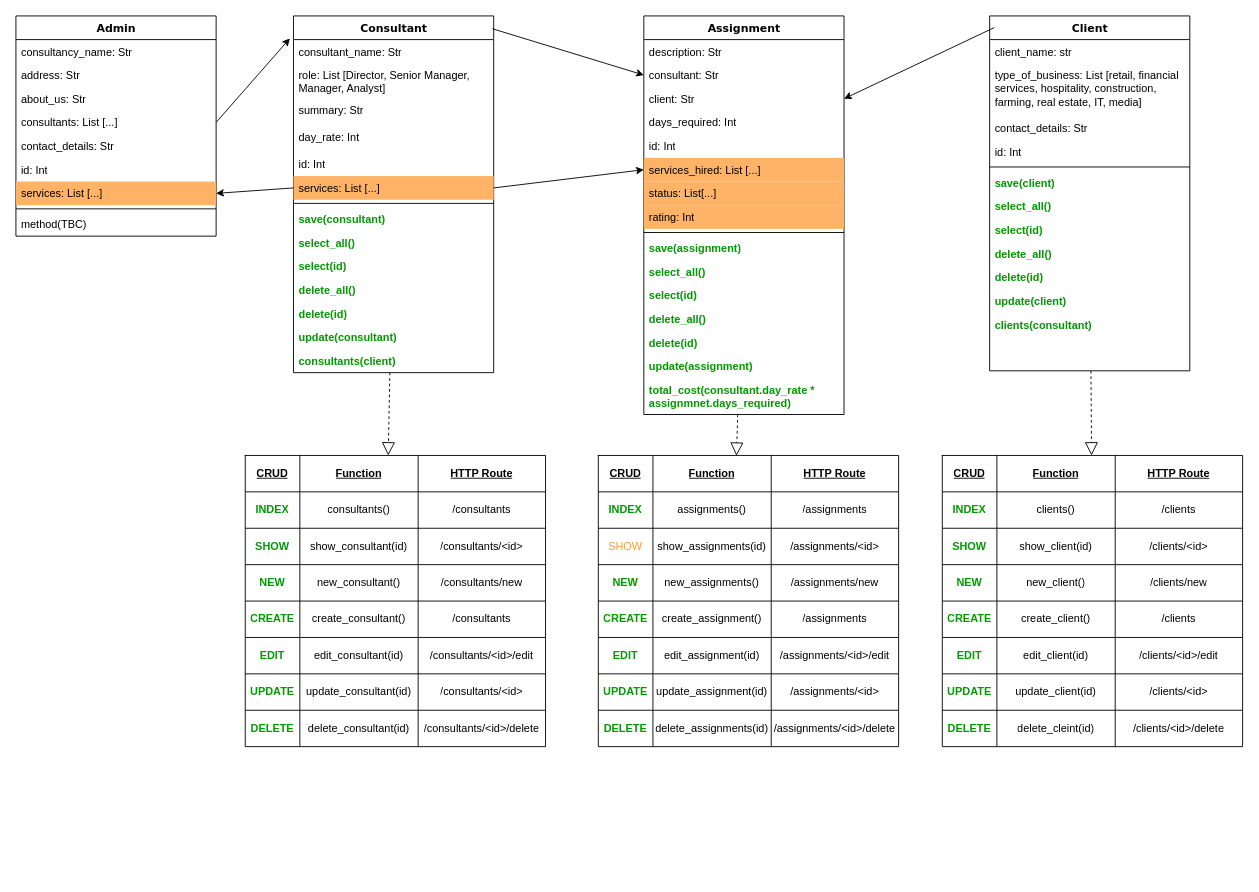
Earlier version of the draw.io diagram planning/Class Diagrams.drawio (michaelmccoll/Project_Secure_Design). Source tidied: cells renumbered, new cells numbered last; positions are measured from the earlier drawing's top-left corner, leaving out a move shared by most shapes. Both pictures are drawn from the tidied source at 91%, with x=0, y=0 at pixel (15, 15).
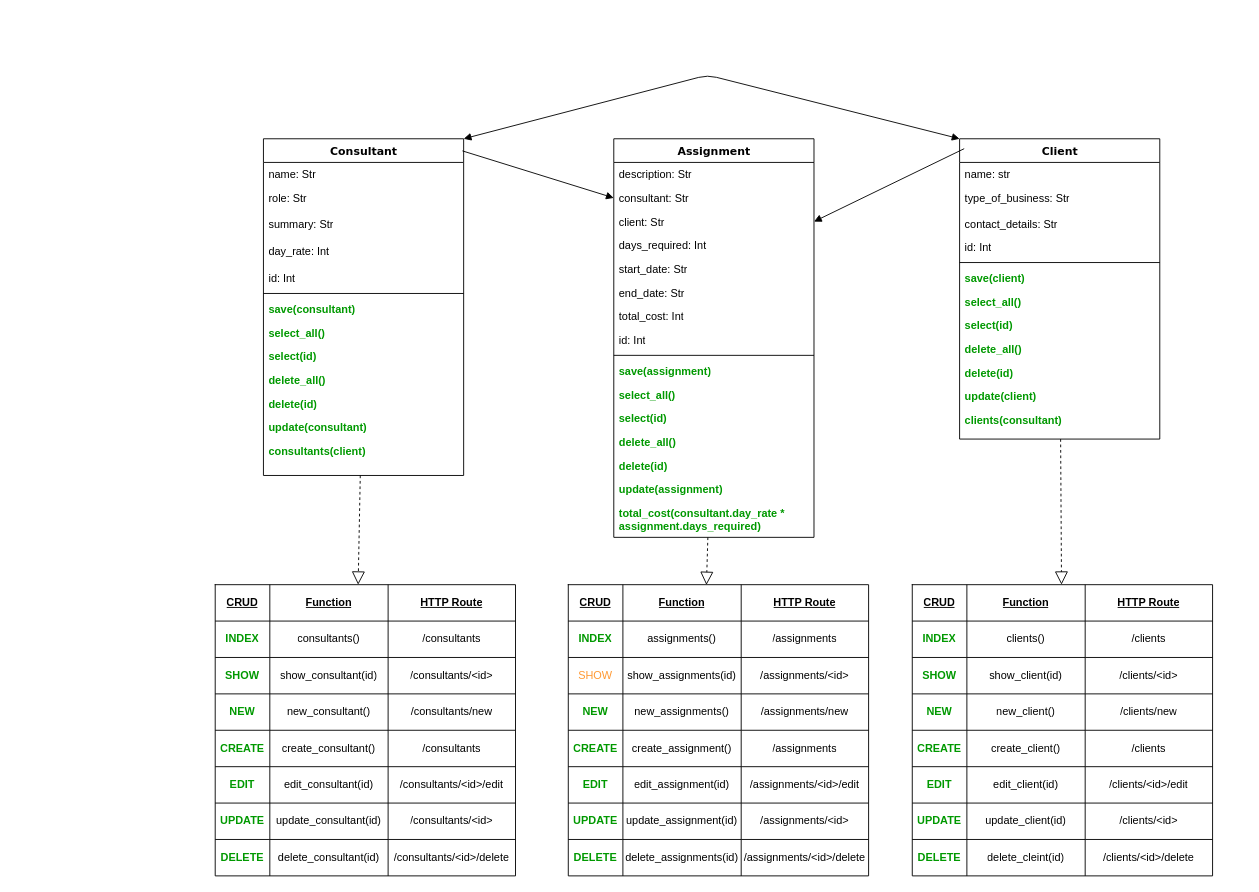
The same diagram, later.

Unchanged cells that the change refers to:
```xml
<mxCell id="113" value="consultant: Str" style="text;html=1;strokeColor=none;fillColor=none;align=left;verticalAlign=top;spacingLeft=4;spacingRight=4;whiteSpace=wrap;overflow=hidden;points=[[0,0.5],[1,0.5]];portConstraint=eastwest;" parent="111" vertex="1">
  <mxGeometry y="52" width="220" height="26" as="geometry" />
</mxCell>
<mxCell id="114" value="client: Str" style="text;html=1;strokeColor=none;fillColor=none;align=left;verticalAlign=top;spacingLeft=4;spacingRight=4;whiteSpace=wrap;overflow=hidden;points=[[0,0.5],[1,0.5]];portConstraint=eastwest;" parent="111" vertex="1">
  <mxGeometry y="78" width="220" height="26" as="geometry" />
</mxCell>
```

Change to the diagram source:
```diff
@@
     <mxCell id="2" value="Client" style="swimlane;html=1;fontStyle=1;align=center;verticalAlign=top;horizontal=1;startSize=26;swimlaneFillColor=#ffffff;rounded=0;shadow=0;comic=0;labelBackgroundColor=none;strokeWidth=1;fillColor=none;fontFamily=Verdana;fontSize=12;" parent="1" vertex="1">
-      <mxGeometry x="1070" width="220" height="390" as="geometry" />
+      <mxGeometry x="1037" y="135" width="220" height="330" as="geometry" />
     </mxCell>
-    <mxCell id="3" value="client_name: str" style="text;html=1;strokeColor=none;fillColor=none;align=left;verticalAlign=top;spacingLeft=4;spacingRight=4;whiteSpace=wrap;overflow=hidden;" parent="2" vertex="1">
+    <mxCell id="3" value="name: str" style="text;html=1;strokeColor=none;fillColor=none;align=left;verticalAlign=top;spacingLeft=4;spacingRight=4;whiteSpace=wrap;overflow=hidden;" parent="2" vertex="1">
       <mxGeometry y="26" width="220" height="26" as="geometry" />
     </mxCell>
-    <mxCell id="4" value="type_of_business: List [retail, financial services, hospitality, construction, farming, real estate, IT, media]" style="text;html=1;strokeColor=none;fillColor=none;align=left;verticalAlign=top;spacingLeft=4;spacingRight=4;whiteSpace=wrap;overflow=hidden;" parent="2" vertex="1">
-      <mxGeometry y="52" width="220" height="58" as="geometry" />
+    <mxCell id="4" value="type_of_business: Str" style="text;html=1;strokeColor=none;fillColor=none;align=left;verticalAlign=top;spacingLeft=4;spacingRight=4;whiteSpace=wrap;overflow=hidden;" parent="2" vertex="1">
+      <mxGeometry y="52" width="220" height="28" as="geometry" />
     </mxCell>
     <mxCell id="5" value="contact_details: Str" style="text;html=1;strokeColor=none;fillColor=none;align=left;verticalAlign=top;spacingLeft=4;spacingRight=4;whiteSpace=wrap;overflow=hidden;" parent="2" vertex="1">
-      <mxGeometry y="110" width="220" height="26" as="geometry" />
+      <mxGeometry y="80" width="220" height="26" as="geometry" />
     </mxCell>
     <mxCell id="6" value="id: Int" style="text;html=1;strokeColor=none;fillColor=none;align=left;verticalAlign=top;spacingLeft=4;spacingRight=4;whiteSpace=wrap;overflow=hidden;" parent="2" vertex="1">
-      <mxGeometry y="136" width="220" height="26" as="geometry" />
+      <mxGeometry y="106" width="220" height="26" as="geometry" />
     </mxCell>
     <mxCell id="7" style="line;html=1;strokeWidth=1;fillColor=none;align=left;verticalAlign=middle;spacingTop=-1;spacingLeft=3;spacingRight=3;labelPosition=right;" parent="2" vertex="1">
-      <mxGeometry y="162" width="220" height="8" as="geometry" />
+      <mxGeometry y="132" width="220" height="8" as="geometry" />
     </mxCell>
     <mxCell id="8" value="save(client)" style="text;html=1;strokeColor=none;fillColor=none;align=left;verticalAlign=top;spacingLeft=4;spacingRight=4;whiteSpace=wrap;overflow=hidden;fontColor=#009900;fontStyle=1;" parent="2" vertex="1">
-      <mxGeometry y="170" width="220" height="26" as="geometry" />
+      <mxGeometry y="140" width="220" height="26" as="geometry" />
     </mxCell>
     <mxCell id="9" value="select_all()" style="text;html=1;strokeColor=none;fillColor=none;align=left;verticalAlign=top;spacingLeft=4;spacingRight=4;whiteSpace=wrap;overflow=hidden;fontColor=#009900;fontStyle=1;" parent="2" vertex="1">
-      <mxGeometry y="196" width="220" height="26" as="geometry" />
+      <mxGeometry y="166" width="220" height="26" as="geometry" />
     </mxCell>
     <mxCell id="10" value="select(id)" style="text;html=1;strokeColor=none;fillColor=none;align=left;verticalAlign=top;spacingLeft=4;spacingRight=4;whiteSpace=wrap;overflow=hidden;fontStyle=1;fontColor=#009900;" parent="2" vertex="1">
-      <mxGeometry y="222" width="220" height="26" as="geometry" />
+      <mxGeometry y="192" width="220" height="26" as="geometry" />
     </mxCell>
     <mxCell id="11" value="delete_all()" style="text;html=1;strokeColor=none;fillColor=none;align=left;verticalAlign=top;spacingLeft=4;spacingRight=4;whiteSpace=wrap;overflow=hidden;fontStyle=1;fontColor=#009900;" parent="2" vertex="1">
-      <mxGeometry y="248" width="220" height="26" as="geometry" />
+      <mxGeometry y="218" width="220" height="26" as="geometry" />
     </mxCell>
     <mxCell id="12" value="delete(id)" style="text;html=1;strokeColor=none;fillColor=none;align=left;verticalAlign=top;spacingLeft=4;spacingRight=4;whiteSpace=wrap;overflow=hidden;fontStyle=1;fontColor=#009900;" parent="2" vertex="1">
-      <mxGeometry y="274" width="220" height="26" as="geometry" />
+      <mxGeometry y="244" width="220" height="26" as="geometry" />
     </mxCell>
     <mxCell id="13" value="update(client)" style="text;html=1;strokeColor=none;fillColor=none;align=left;verticalAlign=top;spacingLeft=4;spacingRight=4;whiteSpace=wrap;overflow=hidden;fontStyle=1;fontColor=#009900;" parent="2" vertex="1">
-      <mxGeometry y="300" width="220" height="26" as="geometry" />
+      <mxGeometry y="270" width="220" height="26" as="geometry" />
     </mxCell>
     <mxCell id="14" value="clients(consultant)" style="text;html=1;strokeColor=none;fillColor=none;align=left;verticalAlign=top;spacingLeft=4;spacingRight=4;whiteSpace=wrap;overflow=hidden;fontStyle=1;fontColor=#009900;" parent="2" vertex="1">
-      <mxGeometry y="326" width="220" height="26" as="geometry" />
+      <mxGeometry y="296" width="220" height="26" as="geometry" />
     </mxCell>
-    <mxCell id="15" value="Admin" style="swimlane;html=1;fontStyle=1;align=center;verticalAlign=top;horizontal=1;startSize=26;swimlaneFillColor=#ffffff;rounded=0;shadow=0;comic=0;labelBackgroundColor=none;strokeWidth=1;fillColor=none;fontFamily=Verdana;fontSize=12;" parent="1" vertex="1">
-      <mxGeometry width="220" height="242" as="geometry" />
-    </mxCell>
-    <mxCell id="16" value="consultancy_name: Str" style="text;html=1;strokeColor=none;fillColor=none;align=left;verticalAlign=top;spacingLeft=4;spacingRight=4;whiteSpace=wrap;overflow=hidden;" parent="15" vertex="1">
-      <mxGeometry y="26" width="220" height="26" as="geometry" />
-    </mxCell>
-    <mxCell id="17" value="address: Str" style="text;html=1;strokeColor=none;fillColor=none;align=left;verticalAlign=top;spacingLeft=4;spacingRight=4;whiteSpace=wrap;overflow=hidden;" parent="15" vertex="1">
-      <mxGeometry y="52" width="220" height="26" as="geometry" />
-    </mxCell>
-    <mxCell id="18" value="about_us: Str" style="text;html=1;strokeColor=none;fillColor=none;align=left;verticalAlign=top;spacingLeft=4;spacingRight=4;whiteSpace=wrap;overflow=hidden;" parent="15" vertex="1">
-      <mxGeometry y="78" width="220" height="26" as="geometry" />
-    </mxCell>
-    <mxCell id="19" value="consultants: List [...]" style="text;html=1;strokeColor=none;fillColor=none;align=left;verticalAlign=top;spacingLeft=4;spacingRight=4;whiteSpace=wrap;overflow=hidden;points=[[0,0.5],[1,0.5]];portConstraint=eastwest;" parent="15" vertex="1">
-      <mxGeometry y="104" width="220" height="26" as="geometry" />
-    </mxCell>
-    <mxCell id="20" value="contact_details: Str" style="text;html=1;strokeColor=none;fillColor=none;align=left;verticalAlign=top;spacingLeft=4;spacingRight=4;whiteSpace=wrap;overflow=hidden;" parent="15" vertex="1">
-      <mxGeometry y="130" width="220" height="26" as="geometry" />
-    </mxCell>
-    <mxCell id="21" value="id: Int" style="text;html=1;strokeColor=none;fillColor=none;align=left;verticalAlign=top;spacingLeft=4;spacingRight=4;whiteSpace=wrap;overflow=hidden;" parent="15" vertex="1">
-      <mxGeometry y="156" width="220" height="26" as="geometry" />
-    </mxCell>
-    <mxCell id="22" value="services: List [...]" style="text;html=1;strokeColor=none;fillColor=#FFB366;align=left;verticalAlign=top;spacingLeft=4;spacingRight=4;whiteSpace=wrap;overflow=hidden;points=[[0,0.5],[1,0.5]];portConstraint=eastwest;" parent="15" vertex="1">
-      <mxGeometry y="182" width="220" height="26" as="geometry" />
-    </mxCell>
-    <mxCell id="23" style="line;html=1;strokeWidth=1;fillColor=none;align=left;verticalAlign=middle;spacingTop=-1;spacingLeft=3;spacingRight=3;labelPosition=right;" parent="15" vertex="1">
-      <mxGeometry y="208" width="220" height="8" as="geometry" />
-    </mxCell>
-    <mxCell id="24" value="method(TBC)" style="text;html=1;strokeColor=none;fillColor=none;align=left;verticalAlign=top;spacingLeft=4;spacingRight=4;whiteSpace=wrap;overflow=hidden;" parent="15" vertex="1">
-      <mxGeometry y="216" width="220" height="26" as="geometry" />
-    </mxCell>
     <mxCell id="25" value="Consultant" style="swimlane;html=1;fontStyle=1;align=center;verticalAlign=top;horizontal=1;startSize=26;swimlaneFillColor=#ffffff;rounded=0;shadow=0;comic=0;labelBackgroundColor=none;strokeWidth=1;fillColor=none;fontFamily=Verdana;fontSize=12;" parent="1" vertex="1">
-      <mxGeometry x="305" width="220" height="392" as="geometry" />
+      <mxGeometry x="272" y="135" width="220" height="370" as="geometry" />
     </mxCell>
-    <mxCell id="26" value="consultant_name: Str" style="text;html=1;strokeColor=none;fillColor=none;align=left;verticalAlign=top;spacingLeft=4;spacingRight=4;whiteSpace=wrap;overflow=hidden;" parent="25" vertex="1">
+    <mxCell id="26" value="name: Str" style="text;html=1;strokeColor=none;fillColor=none;align=left;verticalAlign=top;spacingLeft=4;spacingRight=4;whiteSpace=wrap;overflow=hidden;" parent="25" vertex="1">
       <mxGeometry y="26" width="220" height="26" as="geometry" />
     </mxCell>
-    <mxCell id="27" value="role: List [Director, Senior Manager, Manager, Analyst]" style="text;html=1;strokeColor=none;fillColor=none;align=left;verticalAlign=top;spacingLeft=4;spacingRight=4;whiteSpace=wrap;overflow=hidden;" parent="25" vertex="1">
-      <mxGeometry y="52" width="220" height="38" as="geometry" />
+    <mxCell id="27" value="role: Str" style="text;html=1;strokeColor=none;fillColor=none;align=left;verticalAlign=top;spacingLeft=4;spacingRight=4;whiteSpace=wrap;overflow=hidden;" parent="25" vertex="1">
+      <mxGeometry y="52" width="220" height="28" as="geometry" />
     </mxCell>
     <mxCell id="28" value="summary: Str" style="text;html=1;strokeColor=none;fillColor=none;align=left;verticalAlign=top;spacingLeft=4;spacingRight=4;whiteSpace=wrap;overflow=hidden;" parent="25" vertex="1">
-      <mxGeometry y="90" width="220" height="30" as="geometry" />
+      <mxGeometry y="80" width="220" height="30" as="geometry" />
     </mxCell>
     <mxCell id="29" value="day_rate: Int" style="text;html=1;strokeColor=none;fillColor=none;align=left;verticalAlign=top;spacingLeft=4;spacingRight=4;whiteSpace=wrap;overflow=hidden;" parent="25" vertex="1">
-      <mxGeometry y="120" width="220" height="30" as="geometry" />
+      <mxGeometry y="110" width="220" height="30" as="geometry" />
     </mxCell>
     <mxCell id="30" value="id: Int" style="text;html=1;strokeColor=none;fillColor=none;align=left;verticalAlign=top;spacingLeft=4;spacingRight=4;whiteSpace=wrap;overflow=hidden;" parent="25" vertex="1">
-      <mxGeometry y="150" width="220" height="26" as="geometry" />
+      <mxGeometry y="140" width="220" height="26" as="geometry" />
     </mxCell>
-    <mxCell id="31" value="services: List [...]" style="text;html=1;strokeColor=none;fillColor=#FFB366;align=left;verticalAlign=top;spacingLeft=4;spacingRight=4;whiteSpace=wrap;overflow=hidden;points=[[0,0.5],[1,0.5]];portConstraint=eastwest;" parent="25" vertex="1">
-      <mxGeometry y="176" width="220" height="26" as="geometry" />
-    </mxCell>
     <mxCell id="32" style="line;html=1;strokeWidth=1;fillColor=none;align=left;verticalAlign=middle;spacingTop=-1;spacingLeft=3;spacingRight=3;labelPosition=right;" parent="25" vertex="1">
-      <mxGeometry y="202" width="220" height="8" as="geometry" />
+      <mxGeometry y="166" width="220" height="8" as="geometry" />
     </mxCell>
     <mxCell id="33" value="save(consultant)" style="text;html=1;strokeColor=none;fillColor=none;align=left;verticalAlign=top;spacingLeft=4;spacingRight=4;whiteSpace=wrap;overflow=hidden;fontColor=#009900;fontStyle=1;" parent="25" vertex="1">
-      <mxGeometry y="210" width="220" height="26" as="geometry" />
+      <mxGeometry y="174" width="220" height="26" as="geometry" />
     </mxCell>
     <mxCell id="34" value="select_all()" style="text;html=1;strokeColor=none;fillColor=none;align=left;verticalAlign=top;spacingLeft=4;spacingRight=4;whiteSpace=wrap;overflow=hidden;fontColor=#009900;fontStyle=1;" parent="25" vertex="1">
-      <mxGeometry y="236" width="220" height="26" as="geometry" />
+      <mxGeometry y="200" width="220" height="26" as="geometry" />
     </mxCell>
     <mxCell id="35" value="select(id)" style="text;html=1;strokeColor=none;fillColor=none;align=left;verticalAlign=top;spacingLeft=4;spacingRight=4;whiteSpace=wrap;overflow=hidden;fontStyle=1;fontColor=#009900;" parent="25" vertex="1">
-      <mxGeometry y="262" width="220" height="26" as="geometry" />
+      <mxGeometry y="226" width="220" height="26" as="geometry" />
     </mxCell>
     <mxCell id="36" value="delete_all()" style="text;html=1;strokeColor=none;fillColor=none;align=left;verticalAlign=top;spacingLeft=4;spacingRight=4;whiteSpace=wrap;overflow=hidden;fontStyle=1;fontColor=#009900;" parent="25" vertex="1">
-      <mxGeometry y="288" width="220" height="26" as="geometry" />
+      <mxGeometry y="252" width="220" height="26" as="geometry" />
     </mxCell>
     <mxCell id="37" value="delete(id)" style="text;html=1;strokeColor=none;fillColor=none;align=left;verticalAlign=top;spacingLeft=4;spacingRight=4;whiteSpace=wrap;overflow=hidden;fontStyle=1;fontColor=#009900;" parent="25" vertex="1">
-      <mxGeometry y="314" width="220" height="26" as="geometry" />
+      <mxGeometry y="278" width="220" height="26" as="geometry" />
     </mxCell>
     <mxCell id="38" value="update(consultant)" style="text;html=1;strokeColor=none;fillColor=none;align=left;verticalAlign=top;spacingLeft=4;spacingRight=4;whiteSpace=wrap;overflow=hidden;fontStyle=1;fontColor=#009900;" parent="25" vertex="1">
-      <mxGeometry y="340" width="220" height="26" as="geometry" />
+      <mxGeometry y="304" width="220" height="26" as="geometry" />
     </mxCell>
     <mxCell id="39" value="consultants(client)" style="text;html=1;strokeColor=none;fillColor=none;align=left;verticalAlign=top;spacingLeft=4;spacingRight=4;whiteSpace=wrap;overflow=hidden;fontStyle=1;fontColor=#009900;" parent="25" vertex="1">
-      <mxGeometry y="366" width="220" height="26" as="geometry" />
+      <mxGeometry y="330" width="220" height="26" as="geometry" />
     </mxCell>
-    <mxCell id="40" style="endArrow=classic;html=1;exitX=0;exitY=0.5;exitDx=0;exitDy=0;entryX=1;entryY=0.5;entryDx=0;entryDy=0;" parent="1" edge="1" source="31" target="22">
-      <mxGeometry relative="1" as="geometry" />
-    </mxCell>
-    <mxCell id="41" style="endArrow=classic;html=1;exitX=1;exitY=0.5;exitDx=0;exitDy=0;entryX=0;entryY=0.5;entryDx=0;entryDy=0;" parent="1" edge="1" source="31" target="117">
-      <mxGeometry relative="1" as="geometry" />
-    </mxCell>
-    <mxCell id="42" style="endArrow=classic;html=1;exitX=1;exitY=0.5;exitDx=0;exitDy=0;entryX=-0.018;entryY=0.063;entryDx=0;entryDy=0;entryPerimeter=0;" parent="1" edge="1" source="19" target="25">
-      <mxGeometry relative="1" as="geometry" />
-    </mxCell>
     <mxCell id="43" style="shape=table;html=1;whiteSpace=wrap;startSize=0;childLayout=tableLayout;fontColor=#009900;" parent="1" vertex="1">
-      <mxGeometry x="252" y="483" width="330" height="320" as="geometry" />
+      <mxGeometry x="219" y="625" width="330" height="320" as="geometry" />
     </mxCell>
@@
     <mxCell id="76" style="shape=table;html=1;whiteSpace=wrap;startSize=0;childLayout=tableLayout;" parent="1" vertex="1">
-      <mxGeometry x="1018" y="483" width="330" height="320" as="geometry" />
+      <mxGeometry x="985" y="625" width="330" height="320" as="geometry" />
     </mxCell>
@@
     <mxCell id="111" value="Assignment" style="swimlane;html=1;fontStyle=1;align=center;verticalAlign=top;horizontal=1;startSize=26;swimlaneFillColor=#ffffff;rounded=0;shadow=0;comic=0;labelBackgroundColor=none;strokeWidth=1;fillColor=none;fontFamily=Verdana;fontSize=12;" parent="1" vertex="1">
-      <mxGeometry x="690" width="220" height="438" as="geometry" />
+      <mxGeometry x="657" y="135" width="220" height="438" as="geometry" />
     </mxCell>
@@
+    <mxCell id="164" value="start_date: Str" style="text;html=1;strokeColor=none;fillColor=none;align=left;verticalAlign=top;spacingLeft=4;spacingRight=4;whiteSpace=wrap;overflow=hidden;" parent="111" vertex="1">
+      <mxGeometry y="130" width="220" height="26" as="geometry" />
+    </mxCell>
+    <mxCell id="165" value="end_date: Str" style="text;html=1;strokeColor=none;fillColor=none;align=left;verticalAlign=top;spacingLeft=4;spacingRight=4;whiteSpace=wrap;overflow=hidden;" parent="111" vertex="1">
+      <mxGeometry y="156" width="220" height="26" as="geometry" />
+    </mxCell>
+    <mxCell id="166" value="total_cost: Int" style="text;html=1;strokeColor=none;fillColor=none;align=left;verticalAlign=top;spacingLeft=4;spacingRight=4;whiteSpace=wrap;overflow=hidden;" parent="111" vertex="1">
+      <mxGeometry y="182" width="220" height="26" as="geometry" />
+    </mxCell>
     <mxCell id="116" value="id: Int" style="text;html=1;strokeColor=none;fillColor=none;align=left;verticalAlign=top;spacingLeft=4;spacingRight=4;whiteSpace=wrap;overflow=hidden;" parent="111" vertex="1">
-      <mxGeometry y="130" width="220" height="26" as="geometry" />
+      <mxGeometry y="208" width="220" height="26" as="geometry" />
     </mxCell>
-    <mxCell id="117" value="services_hired: List [...]" style="text;html=1;strokeColor=none;fillColor=#FFB366;align=left;verticalAlign=top;spacingLeft=4;spacingRight=4;whiteSpace=wrap;overflow=hidden;points=[[0,0.5],[1,0.5]];portConstraint=eastwest;" parent="111" vertex="1">
-      <mxGeometry y="156" width="220" height="26" as="geometry" />
-    </mxCell>
-    <mxCell id="118" value="status: List[...]" style="text;html=1;strokeColor=none;fillColor=#FFB366;align=left;verticalAlign=top;spacingLeft=4;spacingRight=4;whiteSpace=wrap;overflow=hidden;" parent="111" vertex="1">
-      <mxGeometry y="182" width="220" height="26" as="geometry" />
-    </mxCell>
-    <mxCell id="119" value="rating: Int" style="text;html=1;strokeColor=none;fillColor=#FFB366;align=left;verticalAlign=top;spacingLeft=4;spacingRight=4;whiteSpace=wrap;overflow=hidden;" parent="111" vertex="1">
-      <mxGeometry y="208" width="220" height="26" as="geometry" />
-    </mxCell>
@@
-    <mxCell id="127" value="total_cost(consultant.day_rate * assignmnet.days_required)" style="text;html=1;strokeColor=none;fillColor=none;align=left;verticalAlign=top;spacingLeft=4;spacingRight=4;whiteSpace=wrap;overflow=hidden;fontStyle=1;fontColor=#009900;" parent="111" vertex="1">
+    <mxCell id="127" value="total_cost(consultant.day_rate * assignment.days_required)" style="text;html=1;strokeColor=none;fillColor=none;align=left;verticalAlign=top;spacingLeft=4;spacingRight=4;whiteSpace=wrap;overflow=hidden;fontStyle=1;fontColor=#009900;" parent="111" vertex="1">
       <mxGeometry y="398" width="220" height="40" as="geometry" />
     </mxCell>
-    <mxCell id="128" style="endArrow=classic;html=1;entryX=0;entryY=0.5;entryDx=0;entryDy=0;exitX=0.994;exitY=0.036;exitDx=0;exitDy=0;exitPerimeter=0;" parent="1" edge="1" source="25" target="113">
+    <mxCell id="128" style="endArrow=block;html=1;entryX=0;entryY=0.5;entryDx=0;entryDy=0;exitX=0.994;exitY=0.036;exitDx=0;exitDy=0;exitPerimeter=0;endFill=1;" parent="1" edge="1" source="25" target="113">
       <mxGeometry relative="1" as="geometry" />
     </mxCell>
-    <mxCell id="129" style="endArrow=classic;html=1;entryX=1;entryY=0.5;entryDx=0;entryDy=0;exitX=0.023;exitY=0.033;exitDx=0;exitDy=0;exitPerimeter=0;" parent="1" edge="1" source="2" target="114">
+    <mxCell id="129" style="endArrow=block;html=1;entryX=1;entryY=0.5;entryDx=0;entryDy=0;exitX=0.023;exitY=0.033;exitDx=0;exitDy=0;exitPerimeter=0;endFill=1;" parent="1" edge="1" source="2" target="114">
       <mxGeometry relative="1" as="geometry" />
     </mxCell>
     <mxCell id="130" style="shape=table;html=1;whiteSpace=wrap;startSize=0;childLayout=tableLayout;" parent="1" vertex="1">
-      <mxGeometry x="640" y="483" width="330" height="320" as="geometry" />
+      <mxGeometry x="607" y="625" width="330" height="320" as="geometry" />
     </mxCell>
@@
+    <mxCell id="167" style="endArrow=block;startArrow=block;html=1;fontColor=#009900;exitX=1;exitY=0;exitDx=0;exitDy=0;entryX=0;entryY=0;entryDx=0;entryDy=0;startFill=1;endFill=1;" parent="1" edge="1" source="25" target="2">
+      <mxGeometry relative="1" as="geometry">
+        <Array as="points">
+          <mxPoint x="760" y="65" />
+        </Array>
+      </mxGeometry>
+    </mxCell>
```
